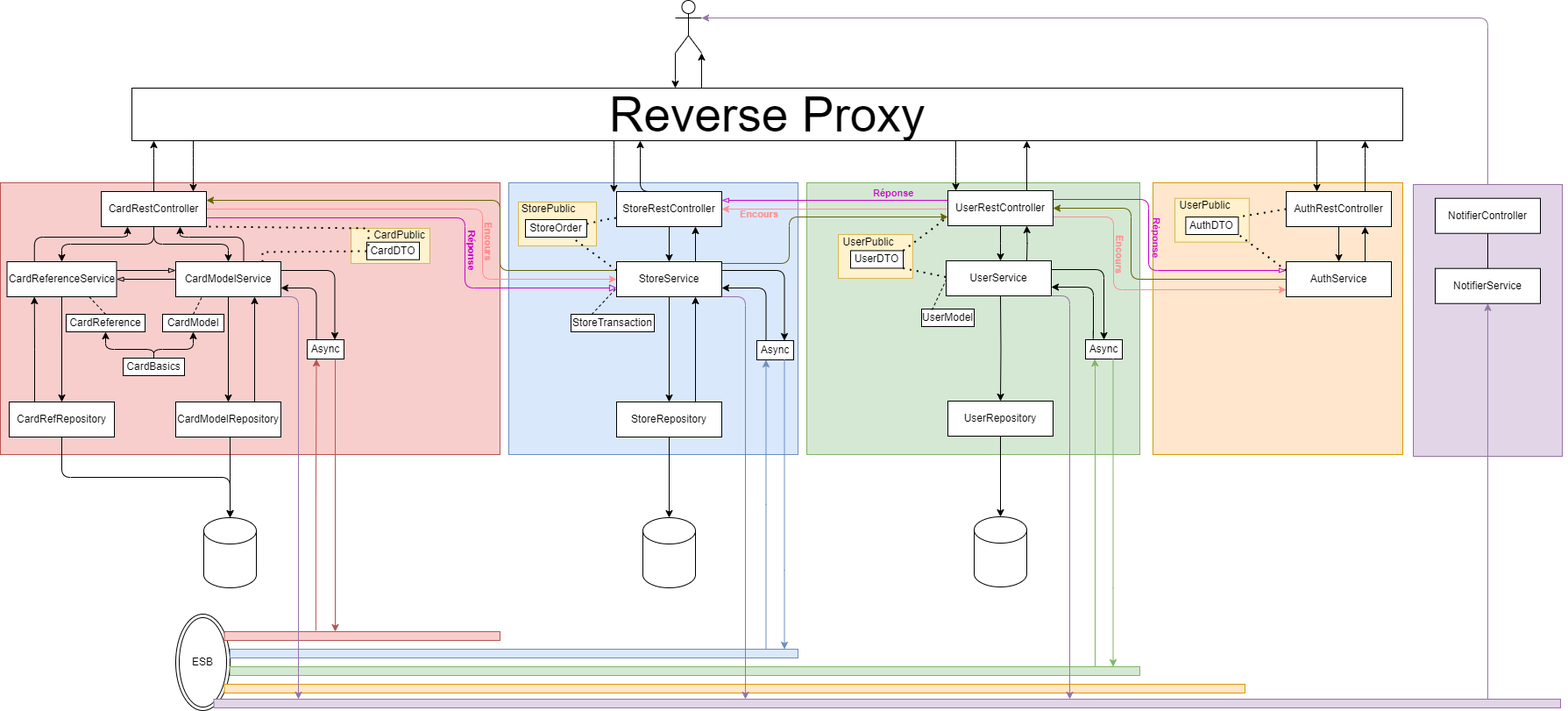
Earlier version of the draw.io export Archi/Archi.drawio.png (EnzoLouni/ASI-II-Groupe1). Source tidied: cells renumbered, new cells last; positions are measured from the earlier drawing's top-left corner, leaving out a move shared by most shapes.
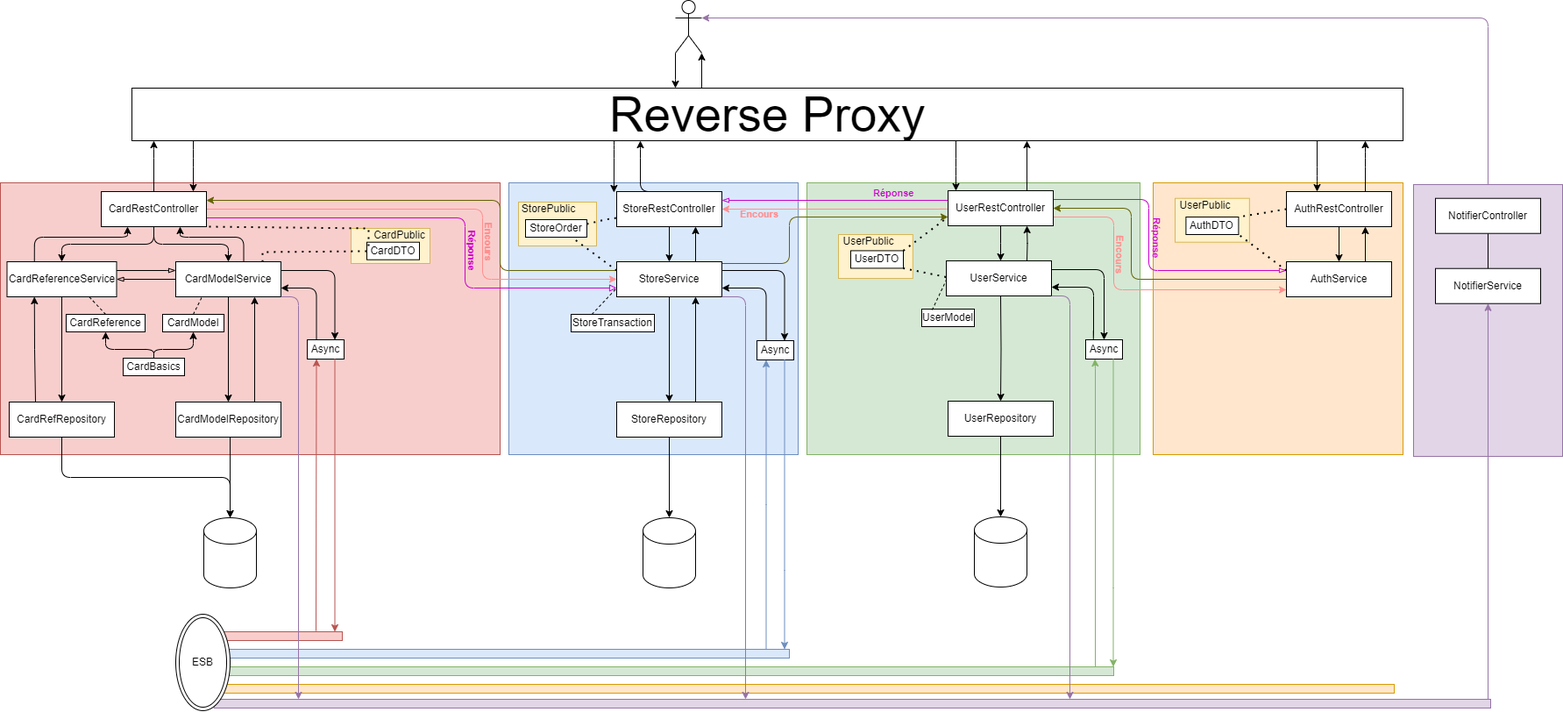
Later version of the same file.

Diff of the diagram source:
```diff
@@ -437,14 +437,16 @@
     <mxCell id="99" value="NotifierService" style="rounded=0;whiteSpace=wrap;html=1;" parent="1" vertex="1">
       <mxGeometry x="1637" y="305.7" width="120" height="40" as="geometry" />
     </mxCell>
-    <mxCell id="100" value="ESB" style="ellipse;shape=doubleEllipse;whiteSpace=wrap;html=1;" parent="1" vertex="1">
-      <mxGeometry x="200" y="700" width="62" height="110" as="geometry" />
-    </mxCell>
-    <mxCell id="101" style="edgeStyle=orthogonalEdgeStyle;rounded=0;jettySize=auto;html=1;exitX=0.332;exitY=-0.105;exitDx=0;exitDy=0;entryX=0.25;entryY=1;entryDx=0;entryDy=0;exitPerimeter=0;fillColor=#f8cecc;strokeColor=#b85450;" parent="1" edge="1" source="102" target="113">
-      <mxGeometry relative="1" as="geometry" />
+    <mxCell id="101" style="edgeStyle=orthogonalEdgeStyle;rounded=0;jettySize=auto;html=1;exitX=0.786;exitY=0.1;exitDx=0;exitDy=0;entryX=0.25;entryY=1;entryDx=0;entryDy=0;exitPerimeter=0;fillColor=#f8cecc;strokeColor=#b85450;" parent="1" edge="1" source="102" target="113">
+      <mxGeometry relative="1" as="geometry">
+        <Array as="points">
+          <mxPoint x="360" y="719" />
+          <mxPoint x="361" y="719" />
+        </Array>
+      </mxGeometry>
     </mxCell>
     <mxCell id="102" style="rounded=0;whiteSpace=wrap;html=1;fillColor=#f8cecc;strokeColor=#b85450;" parent="1" vertex="1">
-      <mxGeometry x="255.5" y="720" width="314.5" height="10" as="geometry" />
+      <mxGeometry x="250" y="720" width="140" height="10" as="geometry" />
     </mxCell>
     <mxCell id="103" style="edgeStyle=orthogonalEdgeStyle;rounded=0;jettySize=auto;html=1;entryX=0.25;entryY=1;entryDx=0;entryDy=0;fillColor=#dae8fc;strokeColor=#6c8ebf;" parent="1" edge="1" source="104" target="115">
       <mxGeometry relative="1" as="geometry">
@@ -454,10 +456,10 @@
       </mxGeometry>
     </mxCell>
     <mxCell id="104" style="rounded=0;whiteSpace=wrap;html=1;fillColor=#dae8fc;strokeColor=#6c8ebf;" parent="1" vertex="1">
-      <mxGeometry x="262" y="740" width="648" height="10" as="geometry" />
+      <mxGeometry x="250" y="740" width="650" height="10" as="geometry" />
     </mxCell>
     <mxCell id="105" style="rounded=0;whiteSpace=wrap;html=1;fillColor=#ffe6cc;strokeColor=#d79b00;" parent="1" vertex="1">
-      <mxGeometry x="255.5" y="780" width="1164.5" height="10" as="geometry" />
+      <mxGeometry x="250" y="780" width="1340" height="10" as="geometry" />
     </mxCell>
     <mxCell id="106" style="edgeStyle=orthogonalEdgeStyle;rounded=1;jettySize=auto;html=1;exitX=0.25;exitY=0;exitDx=0;exitDy=0;" parent="1" edge="1" source="107" target="80">
       <mxGeometry relative="1" as="geometry">
@@ -519,7 +521,7 @@
       </mxGeometry>
     </mxCell>
     <mxCell id="117" style="rounded=0;whiteSpace=wrap;html=1;fillColor=#d5e8d4;strokeColor=#82b366;" parent="1" vertex="1">
-      <mxGeometry x="262" y="760" width="1038" height="10" as="geometry" />
+      <mxGeometry x="250" y="760" width="1020" height="10" as="geometry" />
     </mxCell>
     <mxCell id="118" value="&lt;font style=&quot;font-size: 11px;&quot;&gt;Encours&lt;/font&gt;" style="text;strokeColor=none;fillColor=none;html=1;fontSize=24;fontStyle=1;verticalAlign=bottom;align=left;rotation=90;fontColor=#FF8F8F;" parent="1" vertex="1">
       <mxGeometry x="527" y="268" width="50.8" height="17.4" as="geometry" />
@@ -562,7 +564,7 @@
       </mxGeometry>
     </mxCell>
     <mxCell id="127" style="rounded=0;whiteSpace=wrap;html=1;fillColor=#e1d5e7;strokeColor=#9673a6;" parent="1" vertex="1">
-      <mxGeometry x="243.5" y="797" width="1536.5" height="10" as="geometry" />
+      <mxGeometry x="243.5" y="797" width="1456.5" height="10" as="geometry" />
     </mxCell>
     <mxCell id="128" style="edgeStyle=orthogonalEdgeStyle;rounded=1;jettySize=auto;html=1;exitX=1;exitY=1;exitDx=0;exitDy=0;fillColor=#e1d5e7;strokeColor=#9673a6;" parent="1" edge="1" source="44" target="127">
       <mxGeometry relative="1" as="geometry">
@@ -591,5 +593,8 @@
     <mxCell id="132" value="CardPublic" style="rounded=0;whiteSpace=wrap;html=1;fillColor=#fff2cc;strokeColor=none;" parent="1" vertex="1">
       <mxGeometry x="422" y="261" width="67" height="13" as="geometry" />
     </mxCell>
+    <mxCell id="100" value="ESB" style="ellipse;shape=doubleEllipse;whiteSpace=wrap;html=1;" parent="1" vertex="1">
+      <mxGeometry x="200" y="700" width="62" height="110" as="geometry" />
+    </mxCell>
   </root>
 </mxGraphModel>
```
